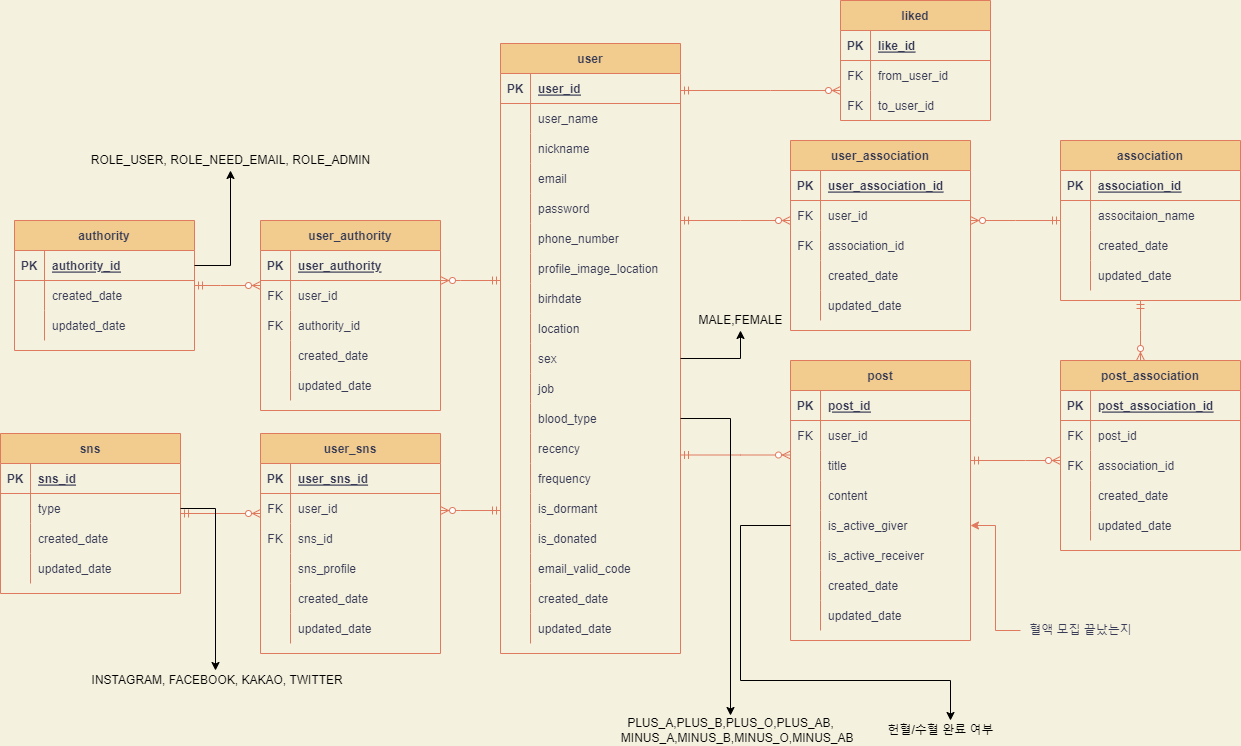
Before: Untitled Diagram.drawio.png, a diagram exported from draw.io (CYC0227/lab). Source tidied: cells renumbered, new cells last; positions are measured from the earlier drawing's top-left corner, leaving out a move shared by most shapes.
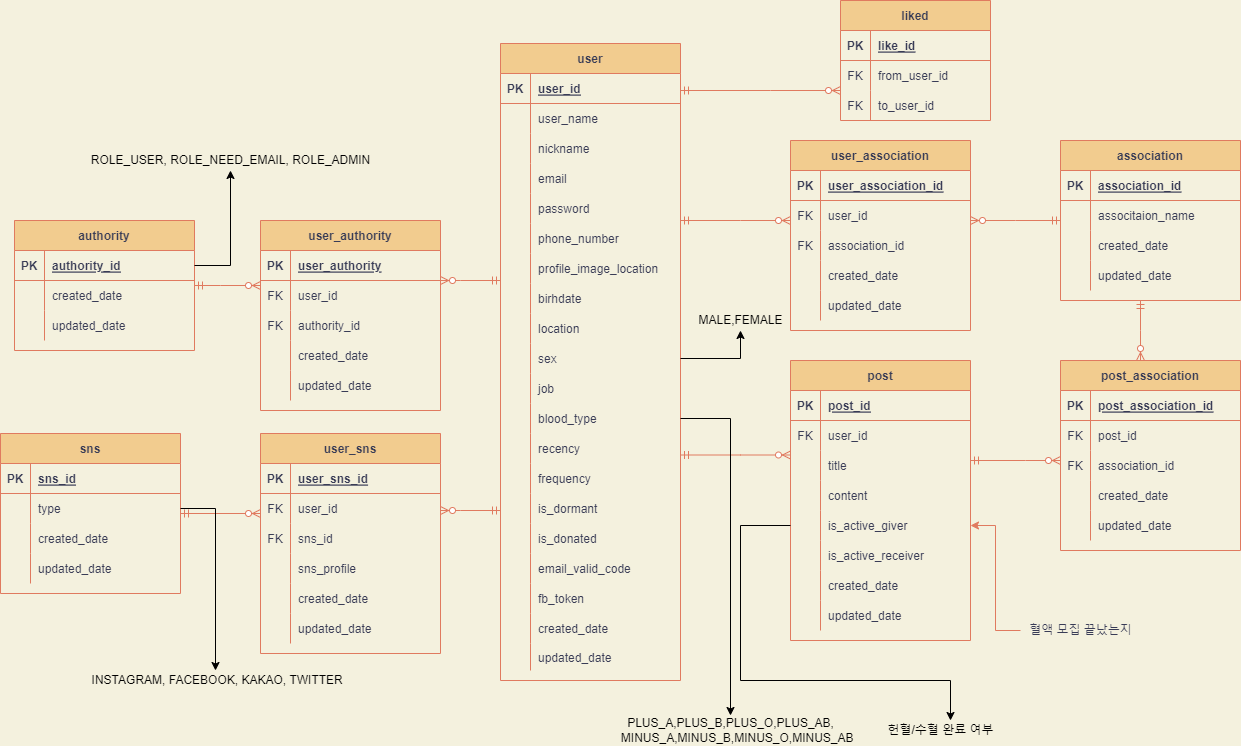
After the commit.

The edit, as a diff of the source:
```diff
@@ -3,7 +3,7 @@
     <mxCell id="0" />
     <mxCell id="1" parent="0" />
     <mxCell id="2" value="user" style="shape=table;startSize=30;rowLines=0;fontStyle=1;align=center;fillColor=#F2CC8F;strokeColor=#E07A5F;fontColor=#393C56;" parent="1" vertex="1">
-      <mxGeometry x="500" y="43" width="180" height="610" as="geometry" />
+      <mxGeometry x="500" y="43" width="180" height="637" as="geometry" />
     </mxCell>
     <mxCell id="3" style="shape=partialRectangle;fillColor=none;top=0;left=0;bottom=1;right=0;strokeColor=#E07A5F;fontColor=#393C56;" parent="2" vertex="1">
       <mxGeometry y="30" width="180" height="30" as="geometry" />
@@ -158,8 +158,17 @@
     <mxCell id="53" value="email_valid_code" style="shape=partialRectangle;fillColor=none;top=0;left=0;bottom=0;right=0;align=left;spacingLeft=6;overflow=hidden;strokeColor=#E07A5F;fontColor=#393C56;" parent="51" vertex="1">
       <mxGeometry x="30" width="150" height="30" as="geometry" />
     </mxCell>
+    <mxCell id="220" style="shape=partialRectangle;fillColor=none;top=0;left=0;bottom=0;right=0;strokeColor=#E07A5F;fontColor=#393C56;" parent="2" vertex="1">
+      <mxGeometry y="540" width="180" height="30" as="geometry" />
+    </mxCell>
+    <mxCell id="221" style="shape=partialRectangle;fillColor=none;top=0;left=0;bottom=0;right=0;overflow=hidden;strokeColor=#E07A5F;fontColor=#393C56;" parent="220" vertex="1">
+      <mxGeometry width="30" height="30" as="geometry" />
+    </mxCell>
+    <mxCell id="222" value="fb_token" style="shape=partialRectangle;fillColor=none;top=0;left=0;bottom=0;right=0;align=left;spacingLeft=6;overflow=hidden;strokeColor=#E07A5F;fontColor=#393C56;" parent="220" vertex="1">
+      <mxGeometry x="30" width="150" height="30" as="geometry" />
+    </mxCell>
     <mxCell id="54" style="shape=partialRectangle;fillColor=none;top=0;left=0;bottom=0;right=0;strokeColor=#E07A5F;fontColor=#393C56;" parent="2" vertex="1">
-      <mxGeometry y="540" width="180" height="30" as="geometry" />
+      <mxGeometry y="570" width="180" height="30" as="geometry" />
     </mxCell>
     <mxCell id="55" style="shape=partialRectangle;fillColor=none;top=0;left=0;bottom=0;right=0;overflow=hidden;strokeColor=#E07A5F;fontColor=#393C56;" parent="54" vertex="1">
       <mxGeometry width="30" height="30" as="geometry" />
@@ -168,13 +177,13 @@
       <mxGeometry x="30" width="150" height="30" as="geometry" />
     </mxCell>
     <mxCell id="57" style="shape=partialRectangle;fillColor=none;top=0;left=0;bottom=0;right=0;strokeColor=#E07A5F;fontColor=#393C56;" parent="2" vertex="1">
-      <mxGeometry y="570" width="180" height="30" as="geometry" />
+      <mxGeometry y="600" width="180" height="27" as="geometry" />
     </mxCell>
     <mxCell id="58" style="shape=partialRectangle;fillColor=none;top=0;left=0;bottom=0;right=0;overflow=hidden;strokeColor=#E07A5F;fontColor=#393C56;" parent="57" vertex="1">
-      <mxGeometry width="30" height="30" as="geometry" />
+      <mxGeometry width="30" height="27" as="geometry" />
     </mxCell>
     <mxCell id="59" value="updated_date" style="shape=partialRectangle;fillColor=none;top=0;left=0;bottom=0;right=0;align=left;spacingLeft=6;overflow=hidden;strokeColor=#E07A5F;fontColor=#393C56;" parent="57" vertex="1">
-      <mxGeometry x="30" width="150" height="30" as="geometry" />
+      <mxGeometry x="30" width="150" height="27" as="geometry" />
     </mxCell>
     <mxCell id="60" value="association" style="shape=table;startSize=30;rowLines=0;fontStyle=1;align=center;fillColor=#F2CC8F;strokeColor=#E07A5F;fontColor=#393C56;" parent="1" vertex="1">
       <mxGeometry x="1060" y="140" width="180" height="160" as="geometry" />
```
